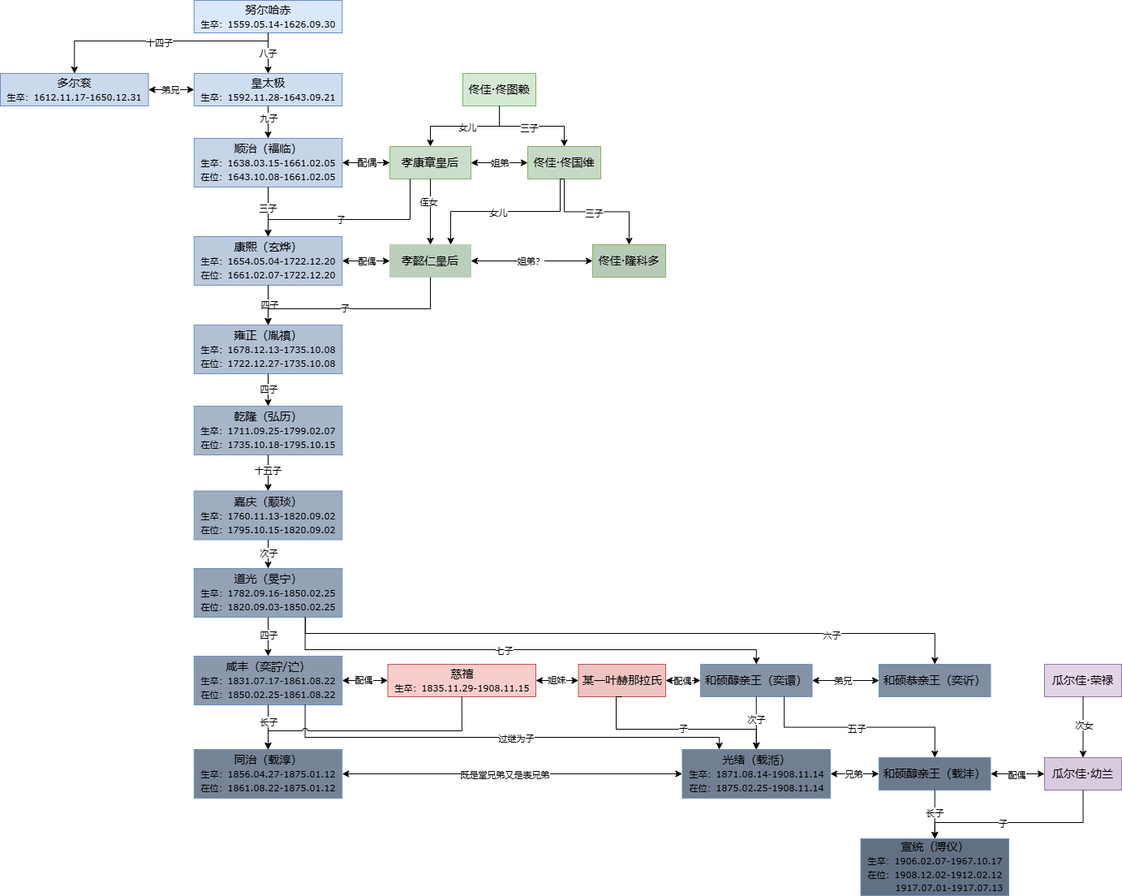
guxdong/imgrepo keeps this draw.io diagram as pic/清朝人物关系.drawio.png. Above is the earlier version. Source tidied: cells renumbered, new cells last; positions are measured from the earlier drawing's top-left corner, leaving out a move shared by most shapes.
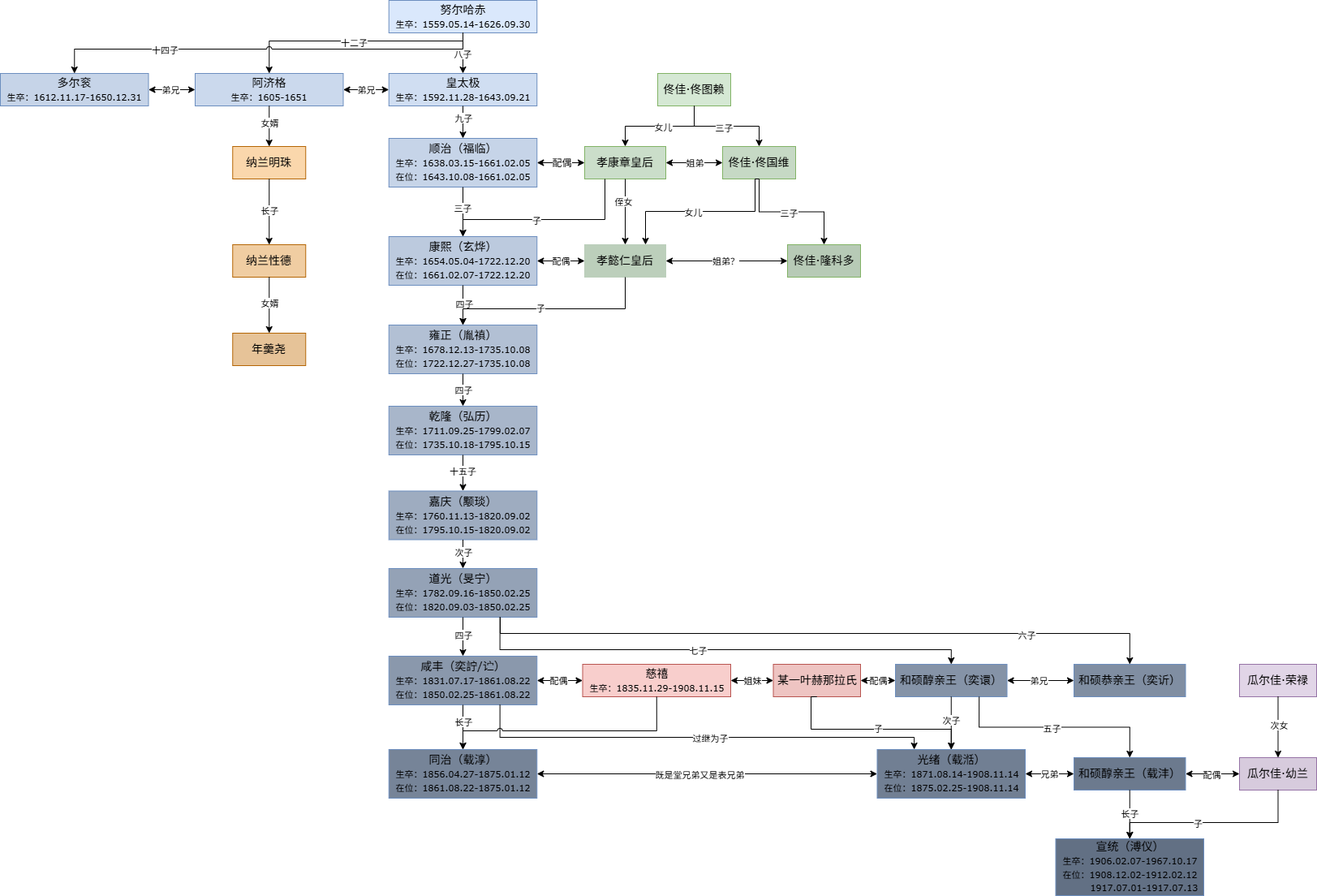
After the commit.

Commit message:
更新清朝人物关系.drawio.png

What changed in the source:
```diff
@@ -31,7 +31,7 @@
         </Array>
       </mxGeometry>
     </mxCell>
-    <mxCell id="10" value="子" style="edgeLabel;html=1;align=center;verticalAlign=middle;" parent="9" vertex="1">
+    <mxCell id="10" value="子" style="edgeLabel;html=1;align=center;verticalAlign=middle;fontFamily=Verdana;" parent="9" vertex="1">
       <mxGeometry x="0.1" relative="1" as="geometry" />
     </mxCell>
     <mxCell id="11" value="佟佳·佟国维" style="rounded=0;whiteSpace=wrap;html=1;fontFamily=Verdana;fontSize=14;fillColor=light-dark(#c6d9c5, #1f2f1e);strokeColor=#82b366;" parent="1" vertex="1">
@@ -186,7 +186,7 @@
     <mxCell id="54" style="endArrow=classic;startArrow=classic;html=1;rounded=0;exitX=1;exitY=0.5;exitDx=0;exitDy=0;entryX=0;entryY=0.5;entryDx=0;entryDy=0;fontFamily=Verdana;" parent="1" edge="1" source="39" target="51">
       <mxGeometry relative="1" as="geometry" />
     </mxCell>
-    <mxCell id="55" value="配偶" style="edgeLabel;html=1;align=center;verticalAlign=middle;" parent="54" vertex="1">
+    <mxCell id="55" value="配偶" style="edgeLabel;html=1;align=center;verticalAlign=middle;fontFamily=Verdana;" parent="54" vertex="1">
       <mxGeometry x="-0.09" y="2" relative="1" as="geometry">
         <mxPoint y="1" as="offset" />
       </mxGeometry>
@@ -353,7 +353,7 @@
         <mxPoint y="6" as="offset" />
       </mxGeometry>
     </mxCell>
-    <mxCell id="94" value="多尔衮&lt;div&gt;&lt;font style=&quot;font-size: 11px;&quot;&gt;生卒：1612.11.17-1650.12.31&lt;/font&gt;&lt;/div&gt;" style="rounded=0;whiteSpace=wrap;html=1;fontFamily=Verdana;fontSize=14;fillColor=light-dark(#cbd9ed, #353f4f);strokeColor=#6c8ebf;" parent="1" vertex="1">
+    <mxCell id="94" value="&lt;div&gt;&lt;font style=&quot;font-size: 11px;&quot;&gt;&lt;span style=&quot;font-size: 14px;&quot;&gt;阿济格&lt;/span&gt;&lt;br style=&quot;font-size: 14px;&quot;&gt;&lt;div style=&quot;font-size: 14px;&quot;&gt;&lt;font style=&quot;font-size: 11px;&quot;&gt;生卒：1605-1651&lt;/font&gt;&lt;/div&gt;&lt;/font&gt;&lt;/div&gt;" style="rounded=0;whiteSpace=wrap;html=1;fontFamily=Verdana;fontSize=14;fillColor=light-dark(#cbd9ed, #353f4f);strokeColor=#6c8ebf;" parent="1" vertex="1">
       <mxGeometry y="90" width="182.5" height="40" as="geometry" />
     </mxCell>
     <mxCell id="95" style="endArrow=classic;html=1;rounded=0;exitX=0.5;exitY=1;exitDx=0;exitDy=0;entryX=0.5;entryY=0;entryDx=0;entryDy=0;edgeStyle=orthogonalEdgeStyle;fontFamily=Verdana;" parent="1" edge="1" source="91" target="94">
@@ -364,7 +364,7 @@
         </Array>
       </mxGeometry>
     </mxCell>
-    <mxCell id="96" value="十四子" style="edgeLabel;html=1;align=center;verticalAlign=middle;fontFamily=Verdana;" parent="95" vertex="1">
+    <mxCell id="96" value="十二子" style="edgeLabel;html=1;align=center;verticalAlign=middle;fontFamily=Verdana;" parent="95" vertex="1">
       <mxGeometry y="1" relative="1" as="geometry" />
     </mxCell>
     <mxCell id="97" style="endArrow=classic;startArrow=classic;html=1;rounded=0;exitX=1;exitY=0.5;exitDx=0;exitDy=0;entryX=0;entryY=0.5;entryDx=0;entryDy=0;fontFamily=Verdana;" parent="1" edge="1" source="94" target="90">
@@ -379,13 +379,13 @@
     <mxCell id="100" value="九子" style="edgeLabel;html=1;align=center;verticalAlign=middle;fontFamily=Verdana;" parent="99" vertex="1">
       <mxGeometry x="-0.28" relative="1" as="geometry" />
     </mxCell>
-    <mxCell id="101" style="endArrow=classic;startArrow=classic;html=1;rounded=0;exitX=1;exitY=0.5;exitDx=0;exitDy=0;entryX=0;entryY=0.5;entryDx=0;entryDy=0;" parent="1" edge="1" source="51" target="57">
+    <mxCell id="101" style="endArrow=classic;startArrow=classic;html=1;rounded=0;exitX=1;exitY=0.5;exitDx=0;exitDy=0;entryX=0;entryY=0.5;entryDx=0;entryDy=0;fontFamily=Verdana;" parent="1" edge="1" source="51" target="57">
       <mxGeometry relative="1" as="geometry" />
     </mxCell>
-    <mxCell id="102" value="姐妹" style="edgeLabel;html=1;align=center;verticalAlign=middle;" parent="101" vertex="1">
+    <mxCell id="102" value="姐妹" style="edgeLabel;html=1;align=center;verticalAlign=middle;fontFamily=Verdana;" parent="101" vertex="1">
       <mxGeometry x="-0.01" y="1" relative="1" as="geometry" />
     </mxCell>
-    <mxCell id="103" style="endArrow=classic;html=1;rounded=0;exitX=0.5;exitY=1;exitDx=0;exitDy=0;entryX=0.5;entryY=0;entryDx=0;entryDy=0;edgeStyle=orthogonalEdgeStyle;jumpStyle=arc;" parent="1" edge="1" source="51" target="40">
+    <mxCell id="103" style="endArrow=classic;html=1;rounded=0;exitX=0.5;exitY=1;exitDx=0;exitDy=0;entryX=0.5;entryY=0;entryDx=0;entryDy=0;edgeStyle=orthogonalEdgeStyle;jumpStyle=arc;fontFamily=Verdana;" parent="1" edge="1" source="51" target="40">
       <mxGeometry relative="1" as="geometry">
         <Array as="points">
           <mxPoint x="569" y="900" />
@@ -393,5 +393,52 @@
         </Array>
       </mxGeometry>
     </mxCell>
+    <mxCell id="104" value="多尔衮&lt;div&gt;&lt;font style=&quot;font-size: 11px;&quot;&gt;生卒：1612.11.17-1650.12.31&lt;/font&gt;&lt;/div&gt;" style="rounded=0;whiteSpace=wrap;html=1;fontFamily=Verdana;fontSize=14;fillColor=light-dark(#c6d4e8, #353f4f);strokeColor=#6c8ebf;" parent="1" vertex="1">
+      <mxGeometry x="-240" y="90" width="182.5" height="40" as="geometry" />
+    </mxCell>
+    <mxCell id="105" style="endArrow=classic;startArrow=classic;html=1;rounded=0;exitX=0;exitY=0.5;exitDx=0;exitDy=0;entryX=1;entryY=0.5;entryDx=0;entryDy=0;fontFamily=Verdana;" parent="1" edge="1" source="94" target="104">
+      <mxGeometry relative="1" as="geometry" />
+    </mxCell>
+    <mxCell id="106" value="弟兄" style="edgeLabel;html=1;align=center;verticalAlign=middle;fontFamily=Verdana;" parent="105" vertex="1">
+      <mxGeometry x="0.08" y="-1" relative="1" as="geometry" />
+    </mxCell>
+    <mxCell id="107" style="endArrow=classic;html=1;rounded=0;entryX=0.5;entryY=0;entryDx=0;entryDy=0;exitX=0.5;exitY=1;exitDx=0;exitDy=0;edgeStyle=orthogonalEdgeStyle;jumpStyle=arc;fontFamily=Verdana;" parent="1" edge="1" source="91" target="104">
+      <mxGeometry relative="1" as="geometry">
+        <Array as="points">
+          <mxPoint x="330" y="60" />
+          <mxPoint x="-149" y="60" />
+        </Array>
+      </mxGeometry>
+    </mxCell>
+    <mxCell id="108" value="十四子" style="edgeLabel;html=1;align=center;verticalAlign=middle;fontFamily=Verdana;" parent="107" vertex="1">
+      <mxGeometry x="0.47" relative="1" as="geometry" />
+    </mxCell>
+    <mxCell id="109" value="纳兰明珠" style="rounded=0;whiteSpace=wrap;html=1;fontFamily=Verdana;fontSize=14;fillColor=#fad7ac;strokeColor=#b46504;" parent="1" vertex="1">
+      <mxGeometry x="46.2" y="180" width="90" height="40" as="geometry" />
+    </mxCell>
+    <mxCell id="110" value="纳兰性德" style="rounded=0;whiteSpace=wrap;html=1;fontFamily=Verdana;fontSize=14;fillColor=light-dark(#f0cda2, #4b2d08);strokeColor=#b46504;" parent="1" vertex="1">
+      <mxGeometry x="46.2" y="301" width="90" height="40" as="geometry" />
+    </mxCell>
+    <mxCell id="111" style="endArrow=classic;html=1;rounded=0;exitX=0.5;exitY=1;exitDx=0;exitDy=0;entryX=0.5;entryY=0;entryDx=0;entryDy=0;fontFamily=Verdana;" parent="1" edge="1" source="94" target="109">
+      <mxGeometry relative="1" as="geometry" />
+    </mxCell>
+    <mxCell id="112" value="女婿" style="edgeLabel;html=1;align=center;verticalAlign=middle;fontFamily=Verdana;" parent="111" vertex="1">
+      <mxGeometry x="-0.2" relative="1" as="geometry" />
+    </mxCell>
+    <mxCell id="113" style="endArrow=classic;html=1;rounded=0;exitX=0.5;exitY=1;exitDx=0;exitDy=0;entryX=0.5;entryY=0;entryDx=0;entryDy=0;fontFamily=Verdana;" parent="1" edge="1" source="109" target="110">
+      <mxGeometry relative="1" as="geometry" />
+    </mxCell>
+    <mxCell id="114" value="长子" style="edgeLabel;html=1;align=center;verticalAlign=middle;fontFamily=Verdana;" parent="113" vertex="1">
+      <mxGeometry x="-0.06" relative="1" as="geometry" />
+    </mxCell>
+    <mxCell id="115" value="年羹尧" style="rounded=0;whiteSpace=wrap;html=1;fontFamily=Verdana;fontSize=14;fillColor=light-dark(#e6c398, #4b2d08);strokeColor=#b46504;" parent="1" vertex="1">
+      <mxGeometry x="46.2" y="410" width="90" height="40" as="geometry" />
+    </mxCell>
+    <mxCell id="116" style="endArrow=classic;html=1;rounded=0;exitX=0.5;exitY=1;exitDx=0;exitDy=0;entryX=0.5;entryY=0;entryDx=0;entryDy=0;fontFamily=Verdana;" parent="1" edge="1" source="110" target="115">
+      <mxGeometry relative="1" as="geometry" />
+    </mxCell>
+    <mxCell id="117" value="女婿" style="edgeLabel;html=1;align=center;verticalAlign=middle;fontFamily=Verdana;" parent="116" vertex="1">
+      <mxGeometry x="-0.1" relative="1" as="geometry" />
+    </mxCell>
   </root>
 </mxGraphModel>
```
